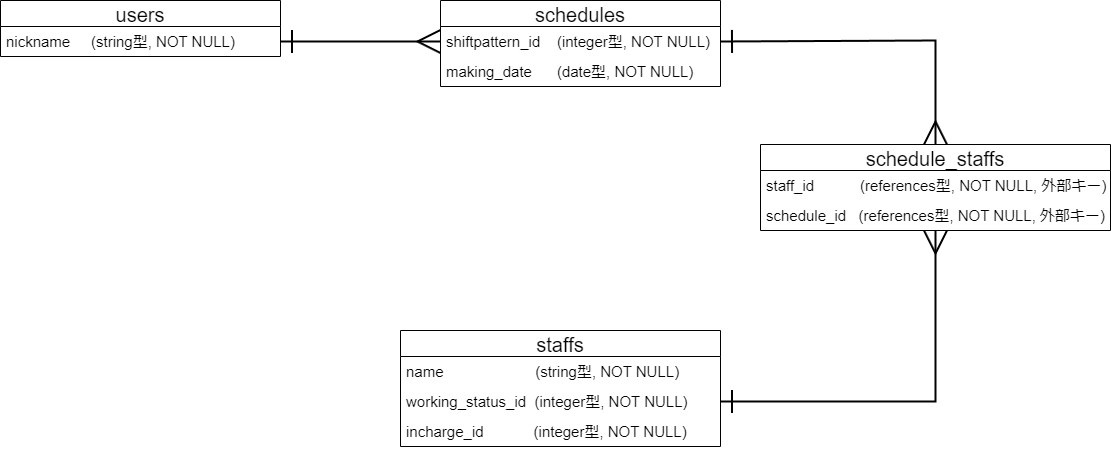
This is shift_maker_DB.drawio.png from piyofisu/shift_maker, a draw.io export, as it was before one commit. Source tidied: cells renumbered, new cells last; positions are measured from the earlier drawing's top-left corner, leaving out a move shared by most shapes.
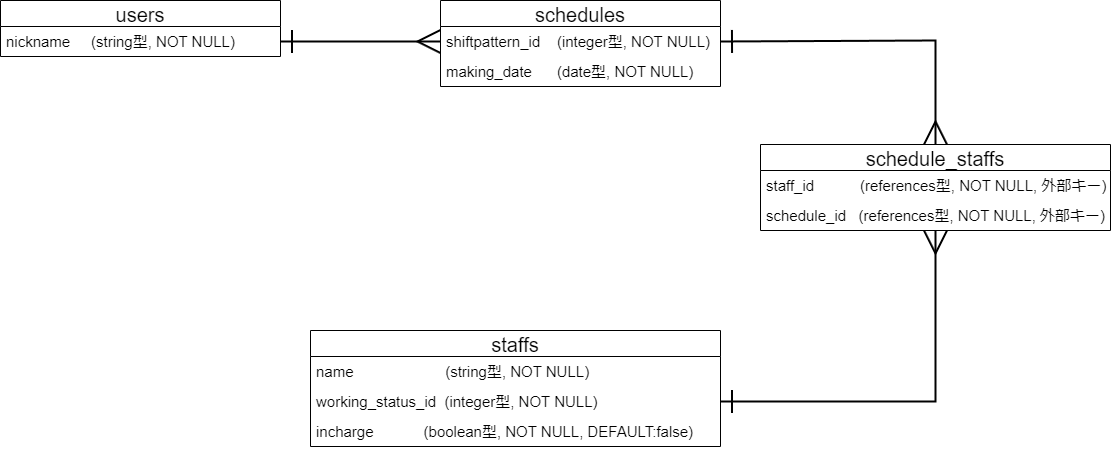
After the change.

The edit, as a diff of the source:
```diff
@@ -9,16 +9,16 @@
       <mxGeometry y="26" width="280" height="30" as="geometry" />
     </mxCell>
     <mxCell id="4" value="staffs" style="swimlane;fontStyle=0;horizontal=1;startSize=26;align=center;fontSize=20;" parent="1" vertex="1">
-      <mxGeometry x="400" y="330" width="320" height="116" as="geometry" />
+      <mxGeometry x="310" y="330" width="410" height="116" as="geometry" />
     </mxCell>
     <mxCell id="5" value="name                      (string型, NOT NULL)" style="text;strokeColor=none;fillColor=none;spacingLeft=4;spacingRight=4;overflow=hidden;fontSize=15;" parent="4" vertex="1">
-      <mxGeometry y="26" width="320" height="30" as="geometry" />
+      <mxGeometry y="26" width="410" height="30" as="geometry" />
     </mxCell>
     <mxCell id="6" value="working_status_id   (integer型, NOT NULL)" style="text;strokeColor=none;fillColor=none;spacingLeft=4;spacingRight=4;overflow=hidden;points=[[0,0.5],[1,0.5]];portConstraint=eastwest;fontSize=15;" parent="4" vertex="1">
-      <mxGeometry y="56" width="320" height="30" as="geometry" />
+      <mxGeometry y="56" width="410" height="30" as="geometry" />
     </mxCell>
-    <mxCell id="7" value="incharge_id            (integer型, NOT NULL)" style="text;strokeColor=none;fillColor=none;spacingLeft=4;spacingRight=4;overflow=hidden;fontSize=15;" parent="4" vertex="1">
-      <mxGeometry y="86" width="320" height="30" as="geometry" />
+    <mxCell id="7" value="incharge            (boolean型, NOT NULL, DEFAULT:false)" style="text;strokeColor=none;fillColor=none;spacingLeft=4;spacingRight=4;overflow=hidden;fontSize=15;" parent="4" vertex="1">
+      <mxGeometry y="86" width="410" height="30" as="geometry" />
     </mxCell>
     <mxCell id="8" value="schedules" style="swimlane;fontStyle=0;horizontal=1;startSize=26;align=center;fontSize=20;" parent="1" vertex="1">
       <mxGeometry x="440" width="280" height="86" as="geometry" />
```
